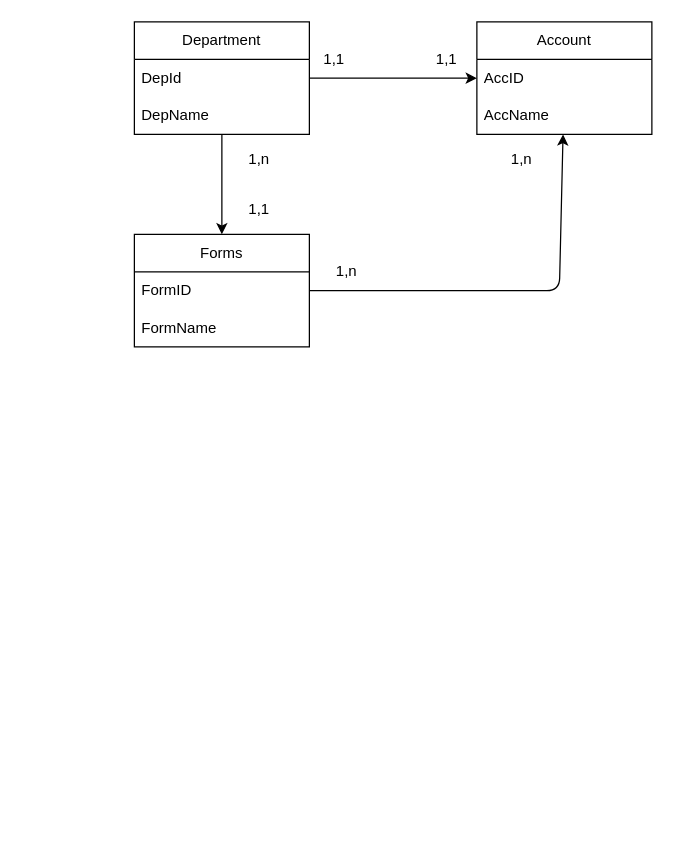
Above: page "Merise Scheme" (3 of 3) of Diagrams/DB_DiagramFlow.dio in AllGamers20/Intranet (draw.io), before the change. Source tidied: cells renumbered, new cells numbered last; positions are measured from the earlier drawing's top-left corner, leaving out a move shared by most shapes. Both pictures are drawn from the tidied source at 125%, with x=0, y=0 at pixel (134, 21).
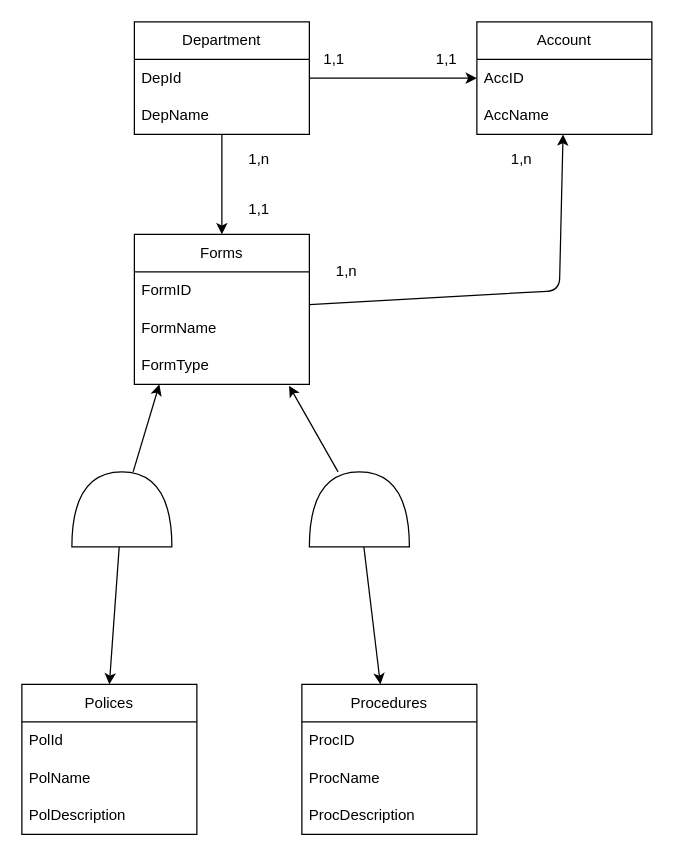
Above is the later version.

What changed in the source:
```diff
@@
     <mxCell id="13" value="Forms" style="swimlane;fontStyle=0;horizontal=1;startSize=30;whiteSpace=wrap;html=1;" parent="1" vertex="1">
-      <mxGeometry y="170" width="140" height="90" as="geometry" />
+      <mxGeometry y="170" width="140" height="120" as="geometry" />
     </mxCell>
@@
+    <mxCell id="20" value="FormType" style="text;strokeColor=none;fillColor=none;align=left;verticalAlign=middle;spacingLeft=4;spacingRight=4;overflow=hidden;points=[[0,0.5],[1,0.5]];portConstraint=eastwest;whiteSpace=wrap;html=1;" parent="13" vertex="1">
+      <mxGeometry y="90" width="140" height="30" as="geometry" />
+    </mxCell>
@@
+    <mxCell id="21" style="edgeStyle=none;html=1;" parent="1" edge="1" source="22" target="31">
+      <mxGeometry relative="1" as="geometry" />
+    </mxCell>
+    <mxCell id="22" style="shape=or;whiteSpace=wrap;html=1;rotation=-90;" parent="1" vertex="1">
+      <mxGeometry x="150" y="350" width="60" height="80" as="geometry" />
+    </mxCell>
+    <mxCell id="23" style="edgeStyle=none;html=1;entryX=0.5;entryY=0;entryDx=0;entryDy=0;" parent="1" edge="1" source="24" target="27">
+      <mxGeometry relative="1" as="geometry" />
+    </mxCell>
+    <mxCell id="24" style="shape=or;whiteSpace=wrap;html=1;rotation=-90;" parent="1" vertex="1">
+      <mxGeometry x="-40" y="350" width="60" height="80" as="geometry" />
+    </mxCell>
+    <mxCell id="25" style="edgeStyle=none;html=1;" parent="1" edge="1" source="24">
+      <mxGeometry relative="1" as="geometry">
+        <mxPoint x="20" y="290" as="targetPoint" />
+      </mxGeometry>
+    </mxCell>
+    <mxCell id="26" style="edgeStyle=none;html=1;entryX=0.884;entryY=1.035;entryDx=0;entryDy=0;entryPerimeter=0;" parent="1" edge="1" source="22" target="20">
+      <mxGeometry relative="1" as="geometry" />
+    </mxCell>
+    <mxCell id="27" value="Polices" style="swimlane;fontStyle=0;horizontal=1;startSize=30;whiteSpace=wrap;html=1;" parent="1" vertex="1">
+      <mxGeometry x="-90" y="530" width="140" height="120" as="geometry" />
+    </mxCell>
+    <mxCell id="28" value="PolId" style="text;strokeColor=none;fillColor=none;align=left;verticalAlign=middle;spacingLeft=4;spacingRight=4;overflow=hidden;whiteSpace=wrap;html=1;" parent="27" vertex="1">
+      <mxGeometry y="30" width="140" height="30" as="geometry" />
+    </mxCell>
+    <mxCell id="29" value="PolName" style="text;strokeColor=none;fillColor=none;align=left;verticalAlign=middle;spacingLeft=4;spacingRight=4;overflow=hidden;whiteSpace=wrap;html=1;" parent="27" vertex="1">
+      <mxGeometry y="60" width="140" height="30" as="geometry" />
+    </mxCell>
+    <mxCell id="30" value="PolDescription" style="text;strokeColor=none;fillColor=none;align=left;verticalAlign=middle;spacingLeft=4;spacingRight=4;overflow=hidden;whiteSpace=wrap;html=1;" parent="27" vertex="1">
+      <mxGeometry y="90" width="140" height="30" as="geometry" />
+    </mxCell>
+    <mxCell id="31" value="Procedures" style="swimlane;fontStyle=0;horizontal=1;startSize=30;whiteSpace=wrap;html=1;" parent="1" vertex="1">
+      <mxGeometry x="134" y="530" width="140" height="120" as="geometry" />
+    </mxCell>
+    <mxCell id="32" value="ProcID" style="text;strokeColor=none;fillColor=none;align=left;verticalAlign=middle;spacingLeft=4;spacingRight=4;overflow=hidden;whiteSpace=wrap;html=1;" parent="31" vertex="1">
+      <mxGeometry y="30" width="140" height="30" as="geometry" />
+    </mxCell>
+    <mxCell id="33" value="ProcName" style="text;strokeColor=none;fillColor=none;align=left;verticalAlign=middle;spacingLeft=4;spacingRight=4;overflow=hidden;whiteSpace=wrap;html=1;" parent="31" vertex="1">
+      <mxGeometry y="60" width="140" height="30" as="geometry" />
+    </mxCell>
+    <mxCell id="34" value="ProcDescription" style="text;strokeColor=none;fillColor=none;align=left;verticalAlign=middle;spacingLeft=4;spacingRight=4;overflow=hidden;whiteSpace=wrap;html=1;" parent="31" vertex="1">
+      <mxGeometry y="90" width="140" height="30" as="geometry" />
+    </mxCell>
```
